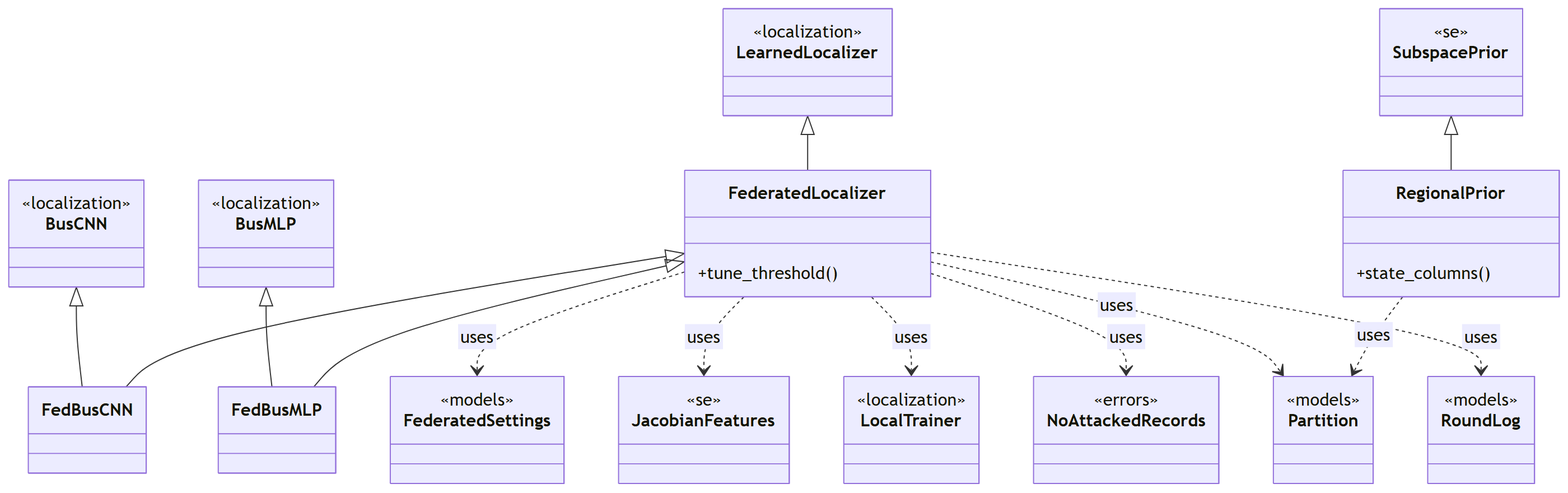
Before: docs/figures/diagrams/classes_federated.png, a diagram exported from Mermaid (myersben9/fdia-graph). Its source is kept beside it as docs/figures/diagrams/classes_federated.mmd. Its diagram source:
```mermaid
classDiagram
    class FederatedLocalizer {
        +tune_threshold()
    }
    class FedBusMLP {
    }
    class FedBusCNN {
    }
    class RegionalPrior {
        +state_columns()
    }
    class BusCNN {
        <<localization>>
    }
    class BusMLP {
        <<localization>>
    }
    class FederatedSettings {
        <<models>>
    }
    class JacobianFeatures {
        <<se>>
    }
    class LearnedLocalizer {
        <<localization>>
    }
    class LocalTrainer {
        <<localization>>
    }
    class NoAttackedRecords {
        <<errors>>
    }
    class Partition {
        <<models>>
    }
    class RoundLog {
        <<models>>
    }
    class SubspacePrior {
        <<se>>
    }
    BusCNN <|-- FedBusCNN
    BusMLP <|-- FedBusMLP
    FederatedLocalizer <|-- FedBusCNN
    FederatedLocalizer <|-- FedBusMLP
    LearnedLocalizer <|-- FederatedLocalizer
    SubspacePrior <|-- RegionalPrior
    FederatedLocalizer ..> FederatedSettings : uses
    FederatedLocalizer ..> JacobianFeatures : uses
    FederatedLocalizer ..> LocalTrainer : uses
    FederatedLocalizer ..> NoAttackedRecords : uses
    FederatedLocalizer ..> Partition : uses
    FederatedLocalizer ..> RoundLog : uses
    RegionalPrior ..> Partition : uses
```
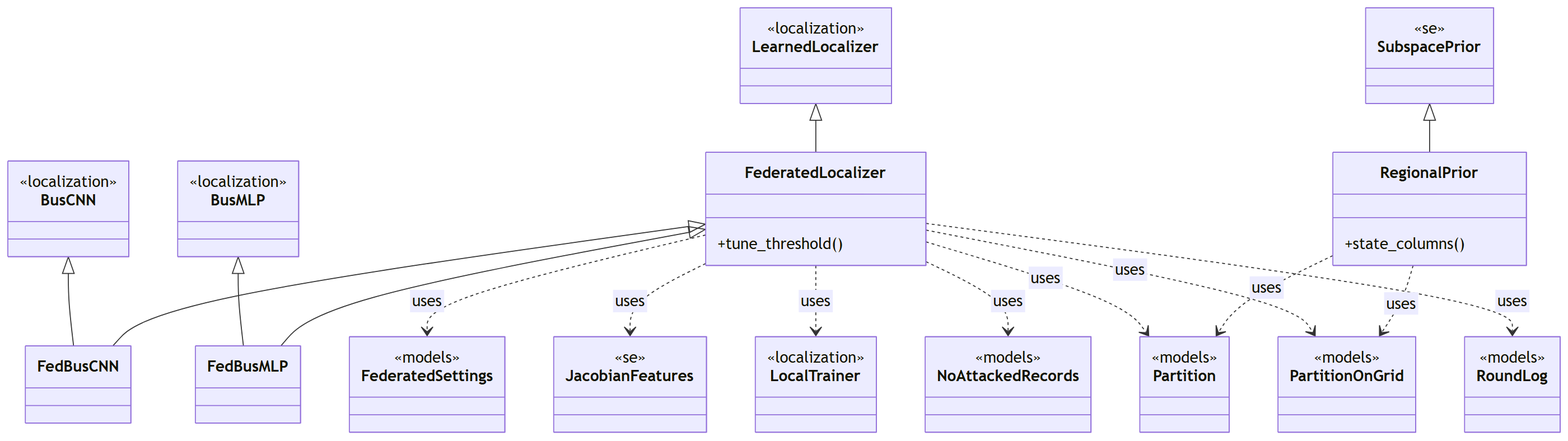
The same diagram one commit later.

Diff of the diagram source:
```diff
@@ -28,9 +28,12 @@
         <<localization>>
     }
     class NoAttackedRecords {
-        <<errors>>
+        <<models>>
     }
     class Partition {
+        <<models>>
+    }
+    class PartitionOnGrid {
         <<models>>
     }
     class RoundLog {
@@ -50,5 +53,7 @@
     FederatedLocalizer ..> LocalTrainer : uses
     FederatedLocalizer ..> NoAttackedRecords : uses
     FederatedLocalizer ..> Partition : uses
+    FederatedLocalizer ..> PartitionOnGrid : uses
     FederatedLocalizer ..> RoundLog : uses
     RegionalPrior ..> Partition : uses
+    RegionalPrior ..> PartitionOnGrid : uses
```
